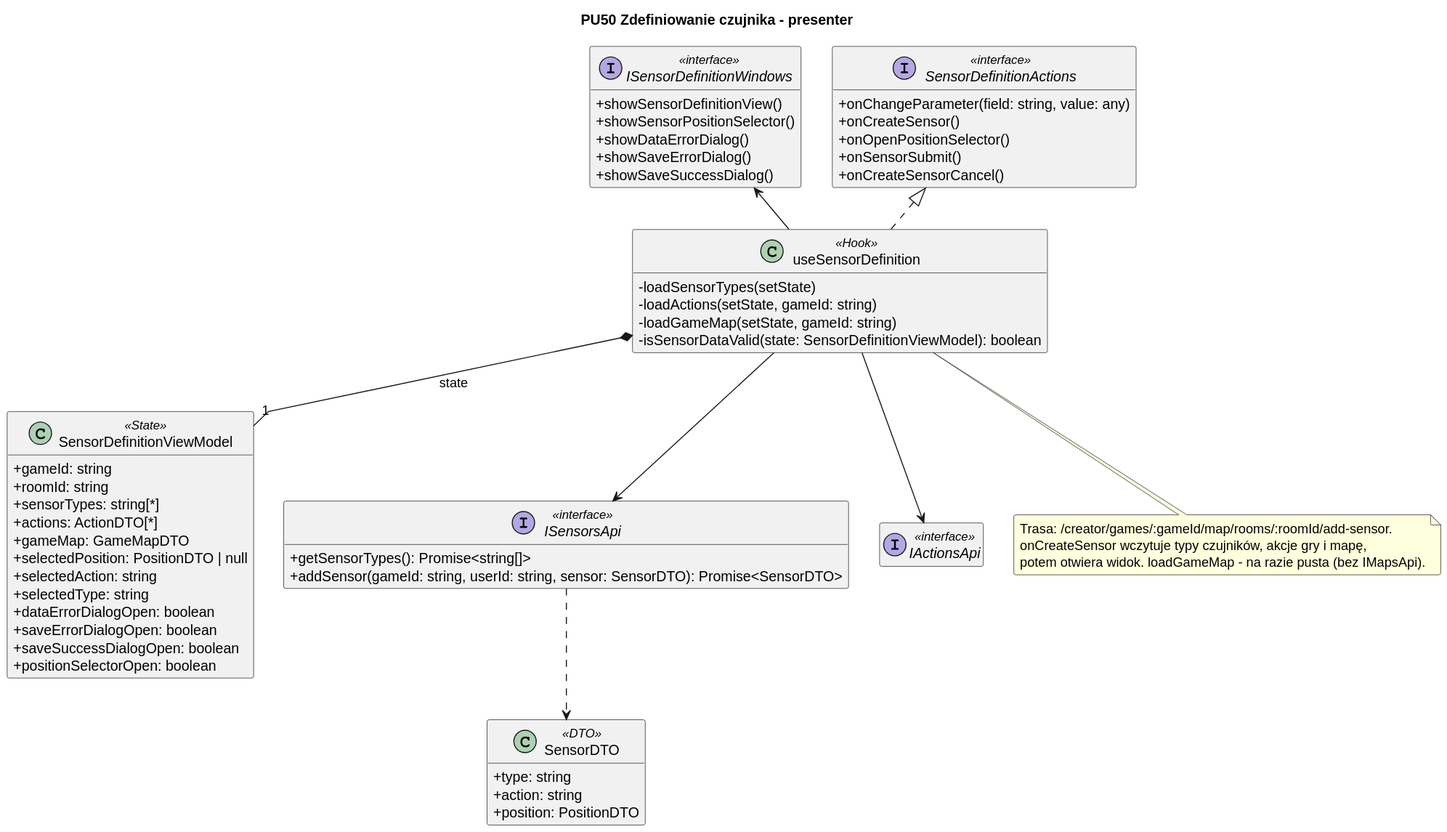
Igor-Ochocki/POP-2026Z keeps this PlantUML diagram as diagrams/frontend/rendered/sensor-definition-presenter.svg. Above is the earlier version.
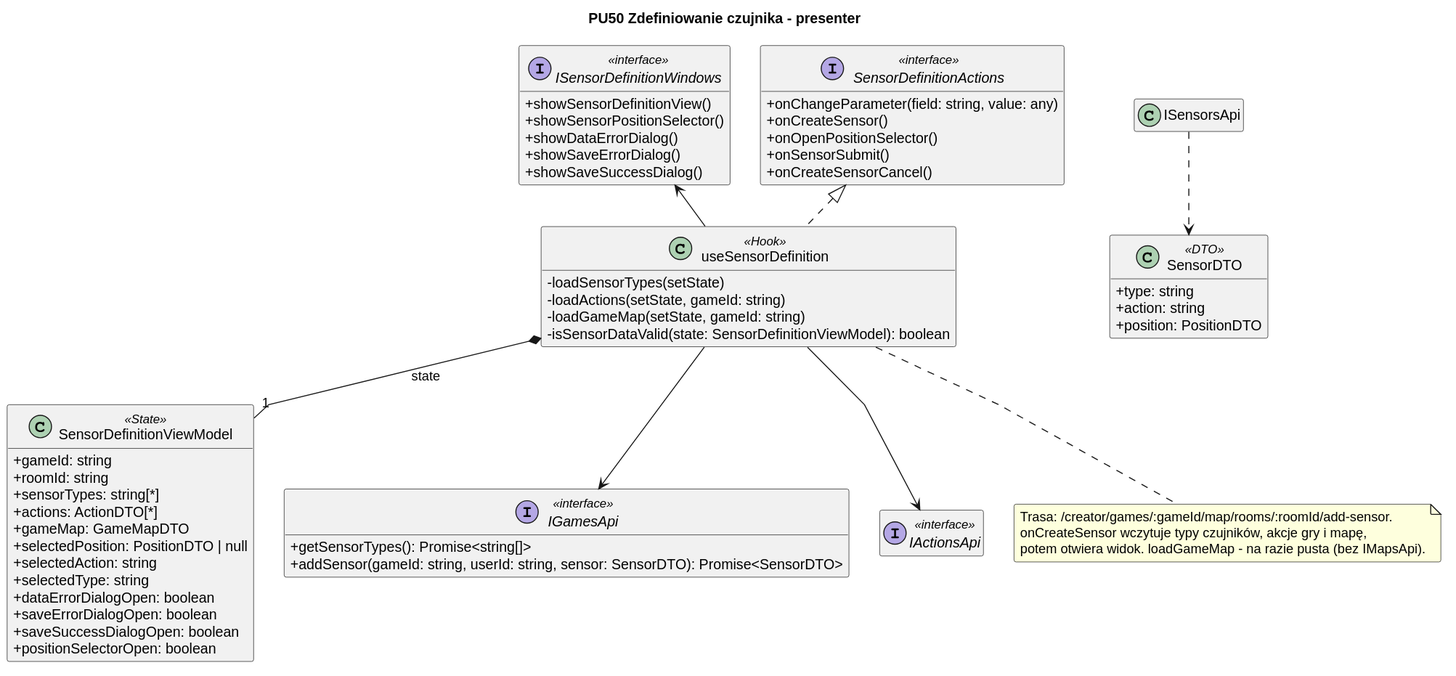
After the commit.

Diff of the diagram source:
```diff
@@ -54,7 +54,7 @@
     + position: PositionDTO
 }
 
-interface ISensorsApi <<interface>> {
+interface IGamesApi <<interface>> {
     + getSensorTypes(): Promise<string[]>
     + addSensor(gameId: string, userId: string, sensor: SensorDTO): Promise<SensorDTO>
 }
@@ -63,7 +63,7 @@
 useSensorDefinition .u.|> SensorDefinitionActions
 useSensorDefinition -u-> ISensorDefinitionWindows
 useSensorDefinition *-- "1" SensorDefinitionViewModel : state
-useSensorDefinition --> ISensorsApi
+useSensorDefinition --> IGamesApi
 useSensorDefinition --> IActionsApi
 ISensorsApi ..> SensorDTO
 
```
